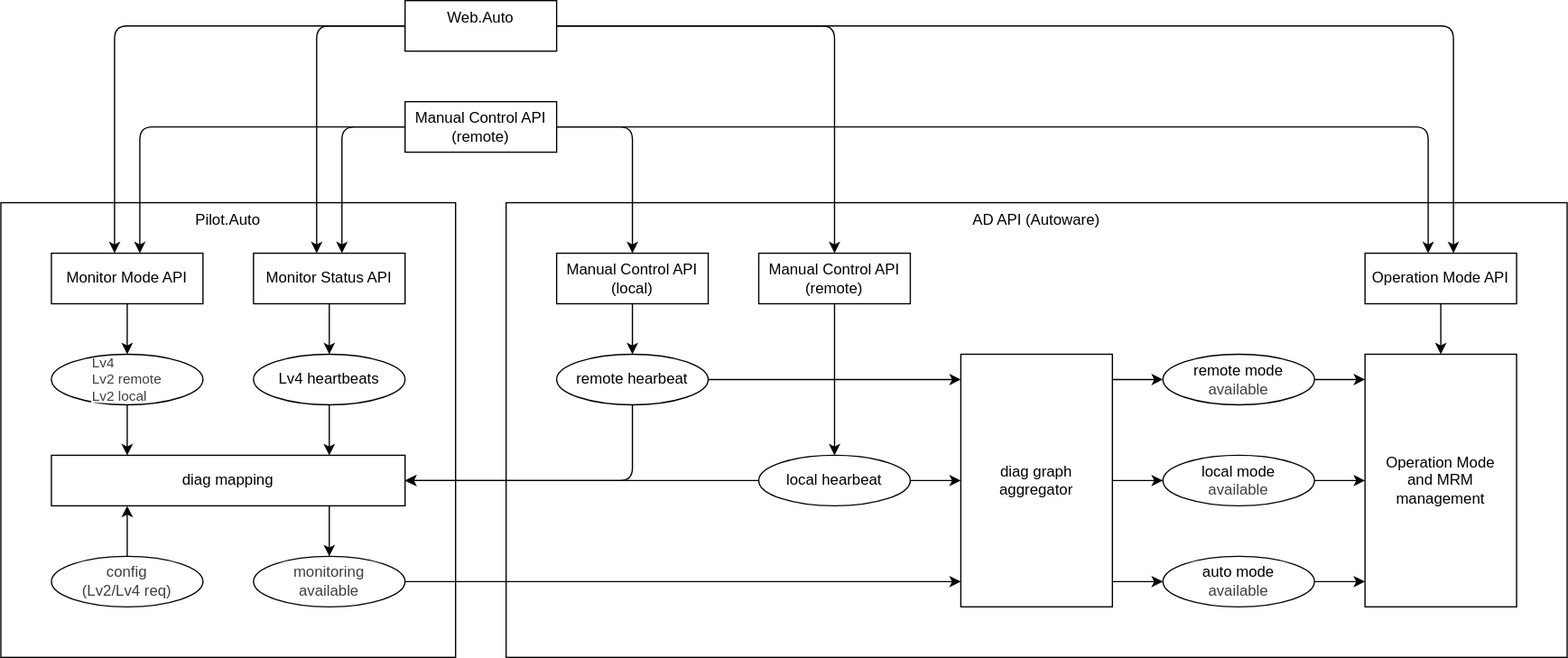
This is doc/feature/monitoring/block-diagram.drawio.svg from tier4/tier4_ad_api_adaptor, a draw.io export, as it was before one commit. Source tidied: cells renumbered, new cells last; positions are measured from the earlier drawing's top-left corner, leaving out a move shared by most shapes. Its diagram source:
```xml
<mxGraphModel>
  <root>
    <mxCell id="0" />
    <mxCell id="1" parent="0" />
    <mxCell id="2" value="AD API (Autoware)" style="rounded=0;whiteSpace=wrap;html=1;align=center;verticalAlign=top;spacingLeft=0;" parent="1" vertex="1">
      <mxGeometry x="400" y="160" width="840" height="360" as="geometry" />
    </mxCell>
    <mxCell id="3" value="Pilot.Auto" style="rounded=0;whiteSpace=wrap;html=1;align=center;verticalAlign=top;spacingLeft=0;" parent="1" vertex="1">
      <mxGeometry y="160" width="360" height="360" as="geometry" />
    </mxCell>
    <mxCell id="4" style="edgeStyle=orthogonalEdgeStyle;shape=connector;rounded=1;html=1;strokeColor=default;align=center;verticalAlign=middle;fontFamily=Helvetica;fontSize=11;fontColor=default;labelBackgroundColor=default;endArrow=classic;" parent="1" edge="1" source="5" target="13">
      <mxGeometry relative="1" as="geometry" />
    </mxCell>
    <mxCell id="5" value="Manual Control API&lt;div&gt;(remote)&lt;/div&gt;" style="rounded=0;whiteSpace=wrap;html=1;" parent="1" vertex="1">
      <mxGeometry x="600" y="200" width="120" height="40" as="geometry" />
    </mxCell>
    <mxCell id="6" style="edgeStyle=orthogonalEdgeStyle;shape=connector;rounded=1;html=1;strokeColor=default;align=center;verticalAlign=middle;fontFamily=Helvetica;fontSize=11;fontColor=default;labelBackgroundColor=default;endArrow=classic;" parent="1" edge="1" source="8" target="39">
      <mxGeometry relative="1" as="geometry">
        <Array as="points">
          <mxPoint x="710" y="300" />
          <mxPoint x="710" y="300" />
        </Array>
      </mxGeometry>
    </mxCell>
    <mxCell id="7" style="edgeStyle=orthogonalEdgeStyle;shape=connector;rounded=1;html=1;strokeColor=default;align=center;verticalAlign=middle;fontFamily=Helvetica;fontSize=11;fontColor=default;labelBackgroundColor=default;endArrow=classic;" parent="1" edge="1" source="8" target="41">
      <mxGeometry relative="1" as="geometry">
        <Array as="points">
          <mxPoint x="500" y="380" />
        </Array>
      </mxGeometry>
    </mxCell>
    <mxCell id="8" value="&lt;div&gt;remote hearbeat&lt;/div&gt;" style="ellipse;whiteSpace=wrap;html=1;" parent="1" vertex="1">
      <mxGeometry x="440" y="280" width="120" height="40" as="geometry" />
    </mxCell>
    <mxCell id="9" style="edgeStyle=orthogonalEdgeStyle;shape=connector;rounded=1;html=1;strokeColor=default;align=center;verticalAlign=middle;fontFamily=Helvetica;fontSize=11;fontColor=default;labelBackgroundColor=default;endArrow=classic;" parent="1" edge="1" source="10" target="30">
      <mxGeometry relative="1" as="geometry">
        <Array as="points">
          <mxPoint x="1140" y="230" />
          <mxPoint x="1140" y="230" />
        </Array>
      </mxGeometry>
    </mxCell>
    <mxCell id="10" value="Operation Mode API" style="rounded=0;whiteSpace=wrap;html=1;" parent="1" vertex="1">
      <mxGeometry x="1080" y="200" width="120" height="40" as="geometry" />
    </mxCell>
    <mxCell id="11" style="edgeStyle=orthogonalEdgeStyle;shape=connector;rounded=1;html=1;strokeColor=default;align=center;verticalAlign=middle;fontFamily=Helvetica;fontSize=11;fontColor=default;labelBackgroundColor=default;endArrow=classic;" parent="1" edge="1" source="13" target="39">
      <mxGeometry relative="1" as="geometry">
        <Array as="points">
          <mxPoint x="750" y="380" />
          <mxPoint x="750" y="380" />
        </Array>
      </mxGeometry>
    </mxCell>
    <mxCell id="12" style="edgeStyle=orthogonalEdgeStyle;shape=connector;rounded=1;html=1;strokeColor=default;align=center;verticalAlign=middle;fontFamily=Helvetica;fontSize=11;fontColor=default;labelBackgroundColor=default;endArrow=classic;" parent="1" edge="1" source="13" target="41">
      <mxGeometry relative="1" as="geometry">
        <Array as="points">
          <mxPoint x="460" y="380" />
          <mxPoint x="460" y="380" />
        </Array>
      </mxGeometry>
    </mxCell>
    <mxCell id="13" value="&lt;div&gt;local hearbeat&lt;/div&gt;" style="ellipse;whiteSpace=wrap;html=1;" parent="1" vertex="1">
      <mxGeometry x="600" y="360" width="120" height="40" as="geometry" />
    </mxCell>
    <mxCell id="14" style="edgeStyle=orthogonalEdgeStyle;shape=connector;rounded=1;html=1;strokeColor=default;align=center;verticalAlign=middle;fontFamily=Helvetica;fontSize=11;fontColor=default;labelBackgroundColor=default;endArrow=classic;" parent="1" edge="1" source="15" target="17">
      <mxGeometry relative="1" as="geometry" />
    </mxCell>
    <mxCell id="15" value="Monitor Mode API" style="rounded=0;whiteSpace=wrap;html=1;" parent="1" vertex="1">
      <mxGeometry x="40" y="200" width="120" height="40" as="geometry" />
    </mxCell>
    <mxCell id="16" style="edgeStyle=orthogonalEdgeStyle;shape=connector;rounded=1;html=1;strokeColor=default;align=center;verticalAlign=middle;fontFamily=Helvetica;fontSize=11;fontColor=default;labelBackgroundColor=default;endArrow=classic;" parent="1" edge="1" source="17" target="41">
      <mxGeometry relative="1" as="geometry">
        <Array as="points">
          <mxPoint x="100" y="350" />
          <mxPoint x="100" y="350" />
        </Array>
      </mxGeometry>
    </mxCell>
    <mxCell id="17" value="&lt;div style=&quot;color: rgb(63, 63, 63); scrollbar-color: rgb(226, 226, 226) rgb(251, 251, 251); font-size: 11px; text-align: left;&quot;&gt;Lv4&lt;br&gt;Lv2 remote&lt;span style=&quot;background-color: rgb(251, 251, 251);&quot;&gt;&lt;br&gt;&lt;/span&gt;&lt;span style=&quot;background-color: light-dark(rgb(255, 255, 255), rgb(18, 18, 18));&quot;&gt;Lv2 local&lt;/span&gt;&lt;/div&gt;" style="ellipse;whiteSpace=wrap;html=1;" parent="1" vertex="1">
      <mxGeometry x="40" y="280" width="120" height="40" as="geometry" />
    </mxCell>
    <mxCell id="18" style="edgeStyle=orthogonalEdgeStyle;shape=connector;rounded=1;html=1;strokeColor=default;align=center;verticalAlign=middle;fontFamily=Helvetica;fontSize=11;fontColor=default;labelBackgroundColor=default;endArrow=classic;" parent="1" edge="1" source="19" target="39">
      <mxGeometry relative="1" as="geometry">
        <Array as="points">
          <mxPoint x="420" y="460" />
          <mxPoint x="420" y="460" />
        </Array>
      </mxGeometry>
    </mxCell>
    <mxCell id="19" value="&lt;div style=&quot;color: rgb(63, 63, 63); scrollbar-color: rgb(226, 226, 226) rgb(251, 251, 251);&quot;&gt;monitoring&lt;/div&gt;&lt;div style=&quot;color: rgb(63, 63, 63); scrollbar-color: rgb(226, 226, 226) rgb(251, 251, 251);&quot;&gt;available&lt;/div&gt;" style="ellipse;whiteSpace=wrap;html=1;" parent="1" vertex="1">
      <mxGeometry x="200" y="440" width="120" height="40" as="geometry" />
    </mxCell>
    <mxCell id="20" style="edgeStyle=orthogonalEdgeStyle;shape=connector;rounded=1;html=1;strokeColor=default;align=center;verticalAlign=middle;fontFamily=Helvetica;fontSize=11;fontColor=default;labelBackgroundColor=default;endArrow=classic;" parent="1" edge="1" source="21" target="30">
      <mxGeometry relative="1" as="geometry">
        <Array as="points">
          <mxPoint x="1070" y="300" />
          <mxPoint x="1070" y="300" />
        </Array>
      </mxGeometry>
    </mxCell>
    <mxCell id="21" value="&lt;span style=&quot;color: rgb(0, 0, 0);&quot;&gt;&lt;span style=&quot;color: rgb(0, 0, 0);&quot;&gt;remote&lt;/span&gt;&amp;nbsp;mode&lt;/span&gt;&lt;div style=&quot;color: rgb(63, 63, 63); scrollbar-color: rgb(226, 226, 226) rgb(251, 251, 251);&quot;&gt;available&lt;/div&gt;" style="ellipse;whiteSpace=wrap;html=1;" parent="1" vertex="1">
      <mxGeometry x="920" y="280" width="120" height="40" as="geometry" />
    </mxCell>
    <mxCell id="22" style="edgeStyle=orthogonalEdgeStyle;shape=connector;rounded=1;html=1;strokeColor=default;align=center;verticalAlign=middle;fontFamily=Helvetica;fontSize=11;fontColor=default;labelBackgroundColor=default;endArrow=classic;" parent="1" edge="1" source="23" target="30">
      <mxGeometry relative="1" as="geometry">
        <Array as="points">
          <mxPoint x="910" y="380" />
          <mxPoint x="910" y="380" />
        </Array>
      </mxGeometry>
    </mxCell>
    <mxCell id="23" value="&lt;span style=&quot;color: rgb(0, 0, 0);&quot;&gt;&lt;span style=&quot;color: rgb(0, 0, 0);&quot;&gt;local&lt;/span&gt;&amp;nbsp;mode&lt;/span&gt;&lt;div style=&quot;color: rgb(63, 63, 63); scrollbar-color: rgb(226, 226, 226) rgb(251, 251, 251);&quot;&gt;available&lt;/div&gt;" style="ellipse;whiteSpace=wrap;html=1;" parent="1" vertex="1">
      <mxGeometry x="920" y="360" width="120" height="40" as="geometry" />
    </mxCell>
    <mxCell id="24" style="edgeStyle=orthogonalEdgeStyle;shape=connector;rounded=1;html=1;strokeColor=default;align=center;verticalAlign=middle;fontFamily=Helvetica;fontSize=11;fontColor=default;labelBackgroundColor=default;endArrow=classic;" parent="1" edge="1" source="25" target="8">
      <mxGeometry relative="1" as="geometry" />
    </mxCell>
    <mxCell id="25" value="Manual Control API&lt;div&gt;(local)&lt;/div&gt;" style="rounded=0;whiteSpace=wrap;html=1;" parent="1" vertex="1">
      <mxGeometry x="440" y="200" width="120" height="40" as="geometry" />
    </mxCell>
    <mxCell id="26" style="edgeStyle=orthogonalEdgeStyle;shape=connector;rounded=1;html=1;strokeColor=default;align=center;verticalAlign=middle;fontFamily=Helvetica;fontSize=11;fontColor=default;labelBackgroundColor=default;endArrow=classic;" parent="1" edge="1" source="27" target="29">
      <mxGeometry relative="1" as="geometry" />
    </mxCell>
    <mxCell id="27" value="Monitor Status API" style="rounded=0;whiteSpace=wrap;html=1;" parent="1" vertex="1">
      <mxGeometry x="200" y="200" width="120" height="40" as="geometry" />
    </mxCell>
    <mxCell id="28" style="edgeStyle=orthogonalEdgeStyle;shape=connector;rounded=1;html=1;strokeColor=default;align=center;verticalAlign=middle;fontFamily=Helvetica;fontSize=11;fontColor=default;labelBackgroundColor=default;endArrow=classic;" parent="1" edge="1" source="29" target="41">
      <mxGeometry relative="1" as="geometry">
        <Array as="points">
          <mxPoint x="260" y="390" />
          <mxPoint x="260" y="390" />
        </Array>
      </mxGeometry>
    </mxCell>
    <mxCell id="29" value="Lv4 heartbeats" style="ellipse;whiteSpace=wrap;html=1;" parent="1" vertex="1">
      <mxGeometry x="200" y="280" width="120" height="40" as="geometry" />
    </mxCell>
    <mxCell id="30" value="Operation Mode&lt;div&gt;and MRM&lt;br&gt;management&lt;/div&gt;" style="rounded=0;whiteSpace=wrap;html=1;" parent="1" vertex="1">
      <mxGeometry x="1080" y="280" width="120" height="200" as="geometry" />
    </mxCell>
    <mxCell id="31" style="edgeStyle=orthogonalEdgeStyle;shape=connector;rounded=1;html=1;strokeColor=default;align=center;verticalAlign=middle;fontFamily=Helvetica;fontSize=11;fontColor=default;labelBackgroundColor=default;endArrow=classic;" parent="1" edge="1" source="35" target="25">
      <mxGeometry relative="1" as="geometry">
        <Array as="points">
          <mxPoint x="500" y="100" />
        </Array>
      </mxGeometry>
    </mxCell>
    <mxCell id="32" style="edgeStyle=orthogonalEdgeStyle;shape=connector;rounded=1;html=1;strokeColor=default;align=center;verticalAlign=middle;fontFamily=Helvetica;fontSize=11;fontColor=default;labelBackgroundColor=default;endArrow=classic;" parent="1" edge="1" source="35" target="10">
      <mxGeometry relative="1" as="geometry">
        <Array as="points">
          <mxPoint x="1130" y="100" />
        </Array>
      </mxGeometry>
    </mxCell>
    <mxCell id="33" style="edgeStyle=orthogonalEdgeStyle;shape=connector;rounded=1;html=1;strokeColor=default;align=center;verticalAlign=middle;fontFamily=Helvetica;fontSize=11;fontColor=default;labelBackgroundColor=default;endArrow=classic;" parent="1" edge="1" source="35" target="15">
      <mxGeometry relative="1" as="geometry">
        <Array as="points">
          <mxPoint x="110" y="100" />
        </Array>
      </mxGeometry>
    </mxCell>
    <mxCell id="34" style="edgeStyle=orthogonalEdgeStyle;shape=connector;rounded=1;html=1;strokeColor=default;align=center;verticalAlign=middle;fontFamily=Helvetica;fontSize=11;fontColor=default;labelBackgroundColor=default;endArrow=classic;" parent="1" edge="1" source="35" target="27">
      <mxGeometry relative="1" as="geometry">
        <Array as="points">
          <mxPoint x="270" y="100" />
        </Array>
      </mxGeometry>
    </mxCell>
    <mxCell id="35" value="Manual Control API&lt;div&gt;(remote)&lt;/div&gt;" style="rounded=0;whiteSpace=wrap;html=1;" parent="1" vertex="1">
      <mxGeometry x="320" y="80" width="120" height="40" as="geometry" />
    </mxCell>
    <mxCell id="36" style="edgeStyle=orthogonalEdgeStyle;shape=connector;rounded=1;html=1;strokeColor=default;align=center;verticalAlign=middle;fontFamily=Helvetica;fontSize=11;fontColor=default;labelBackgroundColor=default;endArrow=classic;" parent="1" edge="1" source="39" target="23">
      <mxGeometry relative="1" as="geometry">
        <Array as="points">
          <mxPoint x="890" y="380" />
          <mxPoint x="890" y="380" />
        </Array>
      </mxGeometry>
    </mxCell>
    <mxCell id="37" style="edgeStyle=orthogonalEdgeStyle;shape=connector;rounded=1;html=1;strokeColor=default;align=center;verticalAlign=middle;fontFamily=Helvetica;fontSize=11;fontColor=default;labelBackgroundColor=default;endArrow=classic;" parent="1" edge="1" source="39" target="21">
      <mxGeometry relative="1" as="geometry">
        <Array as="points">
          <mxPoint x="890" y="300" />
          <mxPoint x="890" y="300" />
        </Array>
      </mxGeometry>
    </mxCell>
    <mxCell id="38" style="edgeStyle=orthogonalEdgeStyle;shape=connector;rounded=1;html=1;strokeColor=default;align=center;verticalAlign=middle;fontFamily=Helvetica;fontSize=11;fontColor=default;labelBackgroundColor=default;endArrow=classic;" parent="1" edge="1" source="39" target="43">
      <mxGeometry relative="1" as="geometry">
        <Array as="points">
          <mxPoint x="900" y="460" />
          <mxPoint x="900" y="460" />
        </Array>
      </mxGeometry>
    </mxCell>
    <mxCell id="39" value="diag graph&lt;div&gt;aggregator&lt;/div&gt;" style="rounded=0;whiteSpace=wrap;html=1;align=center;verticalAlign=middle;spacingLeft=0;" parent="1" vertex="1">
      <mxGeometry x="760" y="280" width="120" height="200" as="geometry" />
    </mxCell>
    <mxCell id="40" style="edgeStyle=orthogonalEdgeStyle;shape=connector;rounded=1;html=1;strokeColor=default;align=center;verticalAlign=middle;fontFamily=Helvetica;fontSize=11;fontColor=default;labelBackgroundColor=default;endArrow=classic;" parent="1" edge="1" source="41" target="19">
      <mxGeometry relative="1" as="geometry">
        <Array as="points">
          <mxPoint x="260" y="410" />
          <mxPoint x="260" y="410" />
        </Array>
      </mxGeometry>
    </mxCell>
    <mxCell id="41" value="diag mapping" style="rounded=0;whiteSpace=wrap;html=1;" parent="1" vertex="1">
      <mxGeometry x="40" y="360" width="280" height="40" as="geometry" />
    </mxCell>
    <mxCell id="42" style="edgeStyle=orthogonalEdgeStyle;shape=connector;rounded=1;html=1;strokeColor=default;align=center;verticalAlign=middle;fontFamily=Helvetica;fontSize=11;fontColor=default;labelBackgroundColor=default;endArrow=classic;" parent="1" edge="1" source="43" target="30">
      <mxGeometry relative="1" as="geometry">
        <Array as="points">
          <mxPoint x="1060" y="460" />
          <mxPoint x="1060" y="460" />
        </Array>
      </mxGeometry>
    </mxCell>
    <mxCell id="43" value="&lt;span style=&quot;color: rgb(0, 0, 0);&quot;&gt;&lt;span style=&quot;color: rgb(0, 0, 0);&quot;&gt;auto&lt;/span&gt;&amp;nbsp;mode&lt;/span&gt;&lt;div style=&quot;color: rgb(63, 63, 63); scrollbar-color: rgb(226, 226, 226) rgb(251, 251, 251);&quot;&gt;available&lt;/div&gt;" style="ellipse;whiteSpace=wrap;html=1;" parent="1" vertex="1">
      <mxGeometry x="920" y="440" width="120" height="40" as="geometry" />
    </mxCell>
    <mxCell id="44" style="edgeStyle=orthogonalEdgeStyle;shape=connector;rounded=1;html=1;strokeColor=default;align=center;verticalAlign=middle;fontFamily=Helvetica;fontSize=11;fontColor=default;labelBackgroundColor=default;endArrow=classic;" parent="1" edge="1" source="48" target="15">
      <mxGeometry relative="1" as="geometry">
        <Array as="points">
          <mxPoint x="90" y="20" />
        </Array>
      </mxGeometry>
    </mxCell>
    <mxCell id="45" style="edgeStyle=orthogonalEdgeStyle;shape=connector;rounded=1;html=1;strokeColor=default;align=center;verticalAlign=middle;fontFamily=Helvetica;fontSize=11;fontColor=default;labelBackgroundColor=default;endArrow=classic;" parent="1" edge="1" source="48" target="5">
      <mxGeometry relative="1" as="geometry" />
    </mxCell>
    <mxCell id="46" style="edgeStyle=orthogonalEdgeStyle;shape=connector;rounded=1;html=1;strokeColor=default;align=center;verticalAlign=middle;fontFamily=Helvetica;fontSize=11;fontColor=default;labelBackgroundColor=default;endArrow=classic;" parent="1" edge="1" source="48" target="10">
      <mxGeometry relative="1" as="geometry">
        <Array as="points">
          <mxPoint x="1150" y="20" />
        </Array>
      </mxGeometry>
    </mxCell>
    <mxCell id="47" style="edgeStyle=orthogonalEdgeStyle;shape=connector;rounded=1;html=1;strokeColor=default;align=center;verticalAlign=middle;fontFamily=Helvetica;fontSize=11;fontColor=default;labelBackgroundColor=default;endArrow=classic;" parent="1" edge="1" source="48" target="27">
      <mxGeometry relative="1" as="geometry">
        <Array as="points">
          <mxPoint x="250" y="20" />
        </Array>
      </mxGeometry>
    </mxCell>
    <mxCell id="48" value="Web.Auto" style="rounded=0;whiteSpace=wrap;html=1;align=center;verticalAlign=top;spacingLeft=0;" parent="1" vertex="1">
      <mxGeometry x="320" width="120" height="40" as="geometry" />
    </mxCell>
    <mxCell id="49" style="edgeStyle=orthogonalEdgeStyle;shape=connector;rounded=1;html=1;strokeColor=default;align=center;verticalAlign=middle;fontFamily=Helvetica;fontSize=11;fontColor=default;labelBackgroundColor=default;endArrow=classic;" parent="1" edge="1" source="50" target="41">
      <mxGeometry relative="1" as="geometry">
        <Array as="points">
          <mxPoint x="100" y="410" />
          <mxPoint x="100" y="410" />
        </Array>
      </mxGeometry>
    </mxCell>
    <mxCell id="50" value="&lt;div style=&quot;color: rgb(63, 63, 63); scrollbar-color: rgb(226, 226, 226) rgb(251, 251, 251);&quot;&gt;config&lt;br&gt;(Lv2/Lv4 req)&lt;/div&gt;" style="ellipse;whiteSpace=wrap;html=1;" parent="1" vertex="1">
      <mxGeometry x="40" y="440" width="120" height="40" as="geometry" />
    </mxCell>
  </root>
</mxGraphModel>
```
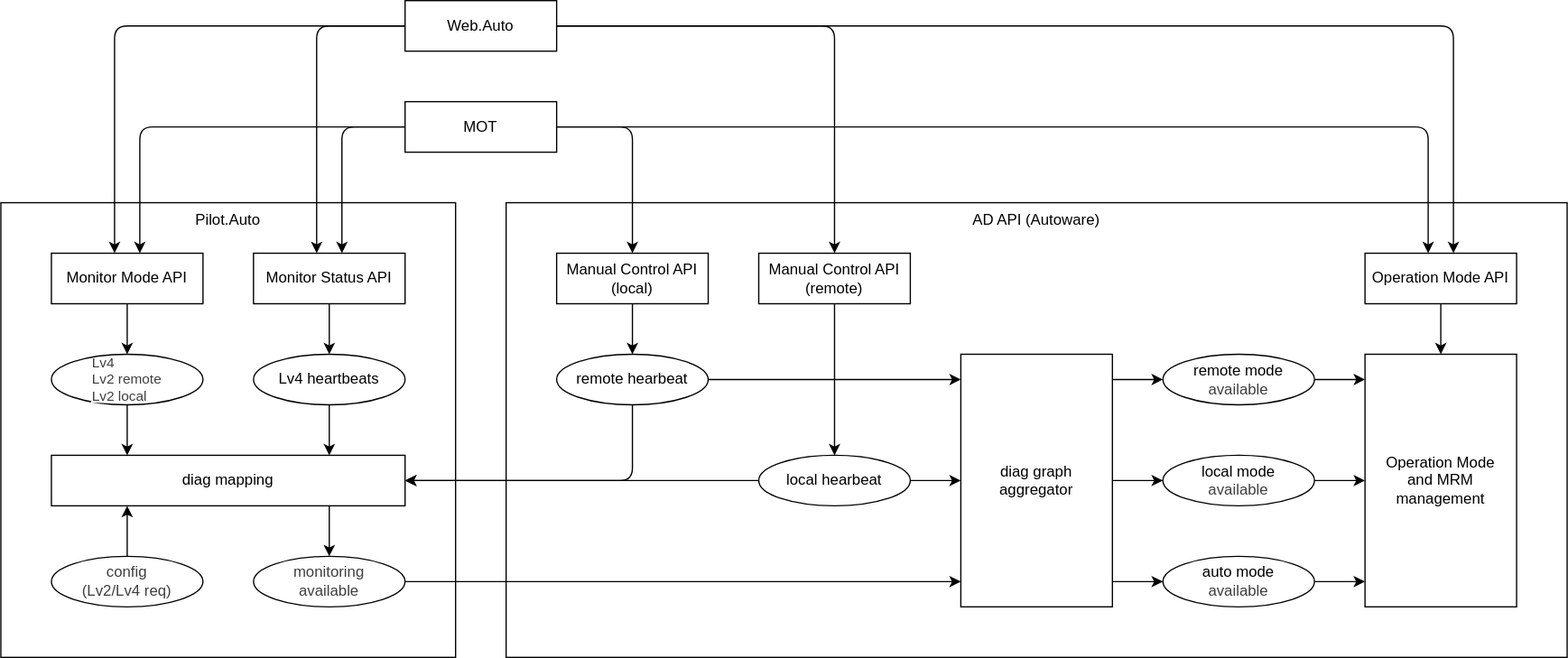
After the change.

What changed in the source:
```diff
@@ -166,7 +166,7 @@
         </Array>
       </mxGeometry>
     </mxCell>
-    <mxCell id="35" value="Manual Control API&lt;div&gt;(remote)&lt;/div&gt;" style="rounded=0;whiteSpace=wrap;html=1;" parent="1" vertex="1">
+    <mxCell id="35" value="MOT" style="rounded=0;whiteSpace=wrap;html=1;verticalAlign=middle;" parent="1" vertex="1">
       <mxGeometry x="320" y="80" width="120" height="40" as="geometry" />
     </mxCell>
     <mxCell id="36" style="edgeStyle=orthogonalEdgeStyle;shape=connector;rounded=1;html=1;strokeColor=default;align=center;verticalAlign=middle;fontFamily=Helvetica;fontSize=11;fontColor=default;labelBackgroundColor=default;endArrow=classic;" parent="1" edge="1" source="39" target="23">
@@ -242,7 +242,7 @@
         </Array>
       </mxGeometry>
     </mxCell>
-    <mxCell id="48" value="Web.Auto" style="rounded=0;whiteSpace=wrap;html=1;align=center;verticalAlign=top;spacingLeft=0;" parent="1" vertex="1">
+    <mxCell id="48" value="Web.Auto" style="rounded=0;whiteSpace=wrap;html=1;align=center;verticalAlign=middle;spacingLeft=0;" parent="1" vertex="1">
       <mxGeometry x="320" width="120" height="40" as="geometry" />
     </mxCell>
     <mxCell id="49" style="edgeStyle=orthogonalEdgeStyle;shape=connector;rounded=1;html=1;strokeColor=default;align=center;verticalAlign=middle;fontFamily=Helvetica;fontSize=11;fontColor=default;labelBackgroundColor=default;endArrow=classic;" parent="1" edge="1" source="50" target="41">
```
